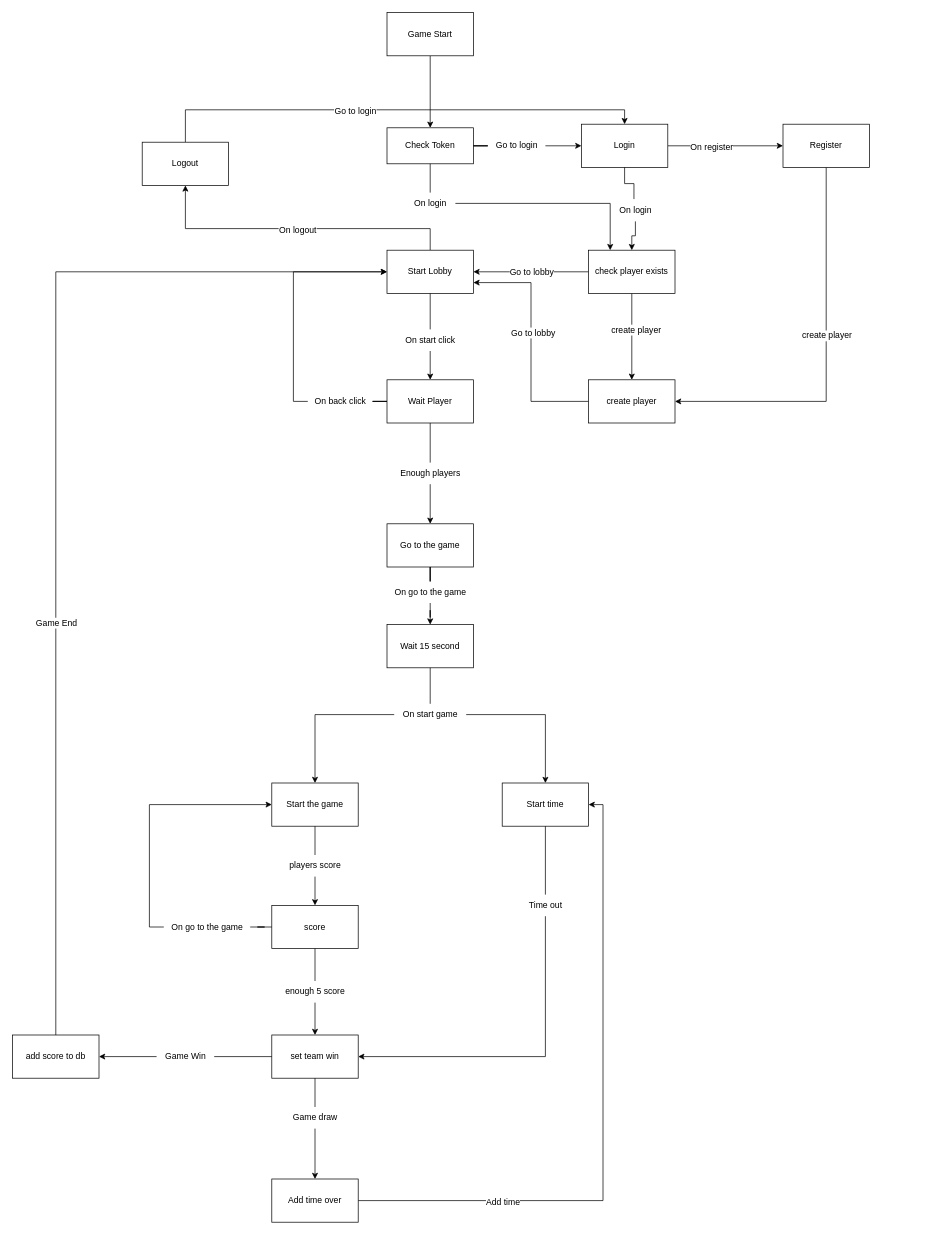
Above: page "p0" (1 of 2) of Diaram/stayMagine.drawio in anphuc99/KhoaLuan (draw.io), before the change. Source tidied: cells renumbered, new cells numbered last; positions are measured from the earlier drawing's top-left corner, leaving out a move shared by most shapes. Both pictures are drawn from the tidied source at 72%, with x=0, y=0 at pixel (12, 12).
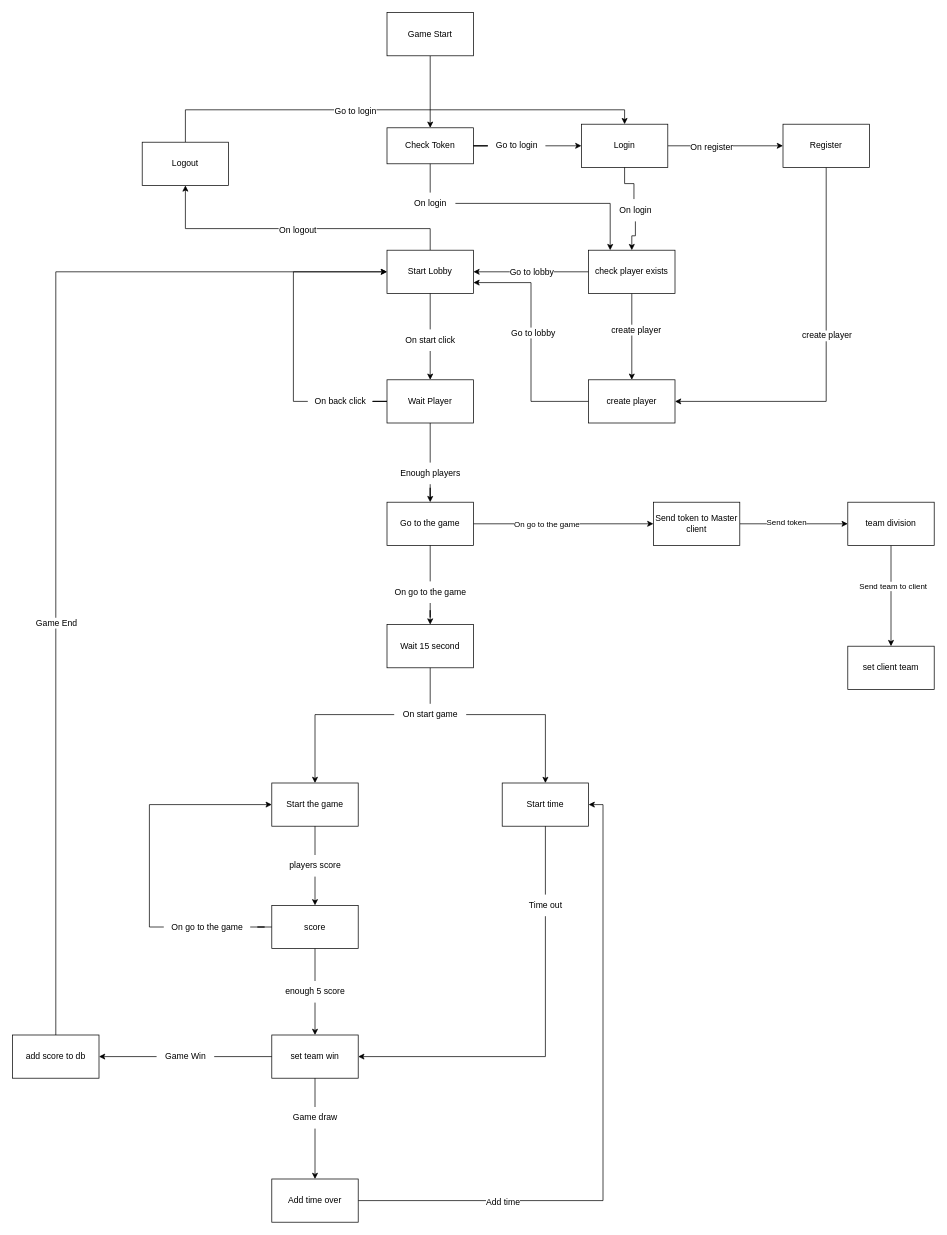
After the change.

Diff of the diagram source:
```diff
@@
+    <mxCell id="81" style="edgeStyle=orthogonalEdgeStyle;rounded=0;jettySize=auto;html=1;" parent="1" edge="1" source="25" target="85">
+      <mxGeometry relative="1" as="geometry" />
+    </mxCell>
+    <mxCell id="82" value="On go to the game" style="edgeLabel;html=1;align=center;verticalAlign=middle;" parent="81" vertex="1">
+      <mxGeometry x="-0.29" y="2" relative="1" as="geometry">
+        <mxPoint x="12" y="2" as="offset" />
+      </mxGeometry>
+    </mxCell>
     <mxCell id="25" value="Go to the game" style="whiteSpace=wrap;html=1;rounded=0;" parent="1" vertex="1">
-      <mxGeometry x="520" y="710" width="120" height="60" as="geometry" />
+      <mxGeometry x="520" y="680" width="120" height="60" as="geometry" />
     </mxCell>
@@
+    <mxCell id="83" style="edgeStyle=orthogonalEdgeStyle;rounded=0;jettySize=auto;html=1;" parent="1" edge="1" source="85" target="88">
+      <mxGeometry relative="1" as="geometry" />
+    </mxCell>
+    <mxCell id="84" value="Send token" style="edgeLabel;html=1;align=center;verticalAlign=middle;" parent="83" vertex="1">
+      <mxGeometry x="-0.15" y="3" relative="1" as="geometry" />
+    </mxCell>
+    <mxCell id="85" value="Send token to Master client" style="whiteSpace=wrap;html=1;rounded=0;" parent="1" vertex="1">
+      <mxGeometry x="890" y="680" width="120" height="60" as="geometry" />
+    </mxCell>
+    <mxCell id="86" style="edgeStyle=orthogonalEdgeStyle;rounded=0;jettySize=auto;html=1;" parent="1" edge="1" source="88" target="89">
+      <mxGeometry relative="1" as="geometry" />
+    </mxCell>
+    <mxCell id="87" value="Send team to client" style="edgeLabel;html=1;align=center;verticalAlign=middle;" parent="86" vertex="1">
+      <mxGeometry x="-0.2" y="2" relative="1" as="geometry" />
+    </mxCell>
+    <mxCell id="88" value="team division" style="whiteSpace=wrap;html=1;rounded=0;" parent="1" vertex="1">
+      <mxGeometry x="1160" y="680" width="120" height="60" as="geometry" />
+    </mxCell>
+    <mxCell id="89" value="set client team" style="whiteSpace=wrap;html=1;rounded=0;" parent="1" vertex="1">
+      <mxGeometry x="1160" y="880" width="120" height="60" as="geometry" />
+    </mxCell>
```
